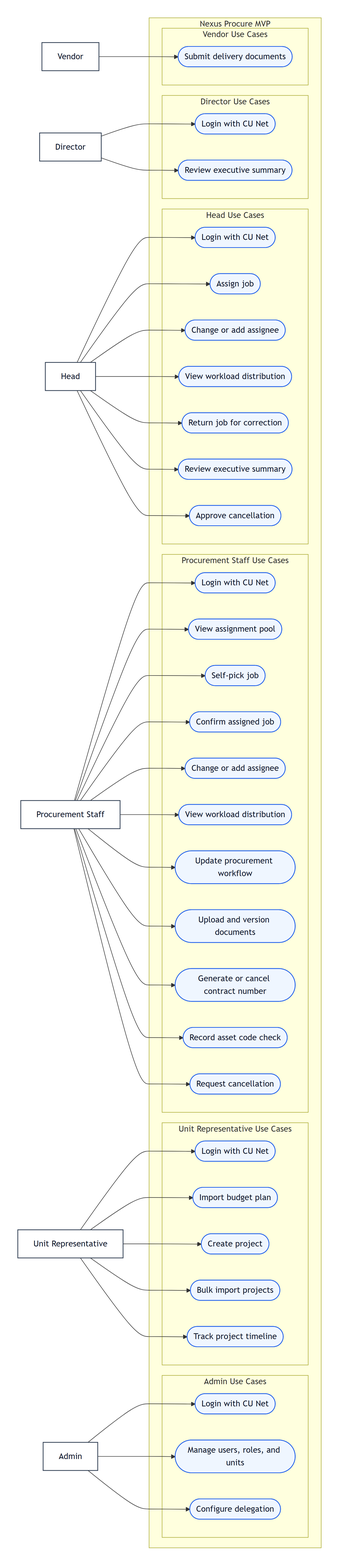
Before: report-diagrams/02-use-case.png, a diagram exported from Mermaid (capmoo-capstone/report). Its source is kept beside it as report-diagrams/02-use-case.mmd. The source it was exported from:
```mermaid
flowchart LR
    classDef actor fill:#ffffff,stroke:#334155,stroke-width:1.5px,color:#0f172a;
    classDef usecase fill:#eff6ff,stroke:#2563eb,stroke-width:1.4px,color:#0f172a;
    classDef group fill:#fffde7,stroke:#d6c94f,stroke-width:1px,color:#0f172a;

    Admin["Admin"]:::actor
    UnitRep["Unit Representative"]:::actor
    Staff["Procurement Staff"]:::actor
    Head["Head"]:::actor
    Director["Director"]:::actor
    Vendor["Vendor"]:::actor

    subgraph System["Nexus Procure MVP"]
        direction TB

        subgraph AdminCases["Admin Use Cases"]
            direction TB
            A1(["Login with CU Net"]):::usecase
            A2(["Manage users, roles, and units"]):::usecase
            A3(["Configure delegation"]):::usecase
        end

        subgraph UnitCases["Unit Representative Use Cases"]
            direction TB
            U1(["Login with CU Net"]):::usecase
            U2(["Import budget plan"]):::usecase
            U3(["Create project"]):::usecase
            U4(["Bulk import projects"]):::usecase
            U5(["Track project timeline"]):::usecase
        end

        subgraph StaffCases["Procurement Staff Use Cases"]
            direction TB
            S1(["Login with CU Net"]):::usecase
            S2(["View assignment pool"]):::usecase
            S3(["Self-pick job"]):::usecase
            S4(["Confirm assigned job"]):::usecase
            S5(["Change or add assignee"]):::usecase
            S6(["View workload distribution"]):::usecase
            S7(["Update procurement workflow"]):::usecase
            S8(["Upload and version documents"]):::usecase
            S9(["Generate or cancel contract number"]):::usecase
            S10(["Record asset code check"]):::usecase
            S11(["Request cancellation"]):::usecase
        end

        subgraph HeadCases["Head Use Cases"]
            direction TB
            H1(["Login with CU Net"]):::usecase
            H2(["Assign job"]):::usecase
            H3(["Change or add assignee"]):::usecase
            H4(["View workload distribution"]):::usecase
            H5(["Return job for correction"]):::usecase
            H6(["Review executive summary"]):::usecase
            H7(["Approve cancellation"]):::usecase
        end

        subgraph DirectorCases["Director Use Cases"]
            direction TB
            D1(["Login with CU Net"]):::usecase
            D2(["Review executive summary"]):::usecase
        end

        subgraph VendorCases["Vendor Use Cases"]
            direction TB
            V1(["Submit delivery documents"]):::usecase
        end
    end

    Admin --> A1
    Admin --> A2
    Admin --> A3

    UnitRep --> U1
    UnitRep --> U2
    UnitRep --> U3
    UnitRep --> U4
    UnitRep --> U5

    Staff --> S1
    Staff --> S2
    Staff --> S3
    Staff --> S4
    Staff --> S5
    Staff --> S6
    Staff --> S7
    Staff --> S8
    Staff --> S9
    Staff --> S10
    Staff --> S11

    Head --> H1
    Head --> H2
    Head --> H3
    Head --> H4
    Head --> H5
    Head --> H6
    Head --> H7

    Director --> D1
    Director --> D2

    Vendor --> V1
```
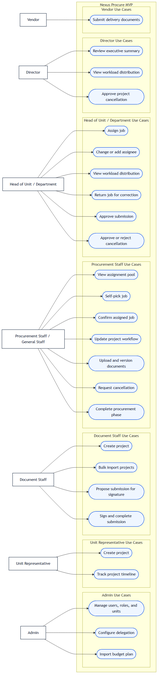
The same diagram one commit later.

Change to the diagram source:
```diff
@@ -5,8 +5,9 @@
 
     Admin["Admin"]:::actor
     UnitRep["Unit Representative"]:::actor
-    Staff["Procurement Staff"]:::actor
-    Head["Head"]:::actor
+    Staff["Procurement Staff / General Staff"]:::actor
+    DocStaff["Document Staff"]:::actor
+    Head["Head of Unit / Department"]:::actor
     Director["Director"]:::actor
     Vendor["Vendor"]:::actor
 
@@ -15,50 +16,51 @@
 
         subgraph AdminCases["Admin Use Cases"]
             direction TB
-            A1(["Login with CU Net"]):::usecase
-            A2(["Manage users, roles, and units"]):::usecase
-            A3(["Configure delegation"]):::usecase
+            A1(["Manage users, roles, and units"]):::usecase
+            A2(["Configure delegation"]):::usecase
+            A3(["Import budget plan"]):::usecase
         end
 
         subgraph UnitCases["Unit Representative Use Cases"]
             direction TB
-            U1(["Login with CU Net"]):::usecase
-            U2(["Import budget plan"]):::usecase
-            U3(["Create project"]):::usecase
-            U4(["Bulk import projects"]):::usecase
-            U5(["Track project timeline"]):::usecase
+            U1(["Create project"]):::usecase
+            U2(["Track project timeline"]):::usecase
+        end
+
+        subgraph DocStaffCases["Document Staff Use Cases"]
+            direction TB
+            DS1(["Create project"]):::usecase
+            DS2(["Bulk import projects"]):::usecase
+            DS3(["Propose submission for signature"]):::usecase
+            DS4(["Sign and complete submission"]):::usecase
         end
 
         subgraph StaffCases["Procurement Staff Use Cases"]
             direction TB
-            S1(["Login with CU Net"]):::usecase
-            S2(["View assignment pool"]):::usecase
-            S3(["Self-pick job"]):::usecase
-            S4(["Confirm assigned job"]):::usecase
-            S5(["Change or add assignee"]):::usecase
-            S6(["View workload distribution"]):::usecase
-            S7(["Update procurement workflow"]):::usecase
-            S8(["Upload and version documents"]):::usecase
-            S9(["Generate or cancel contract number"]):::usecase
-            S10(["Record asset code check"]):::usecase
-            S11(["Request cancellation"]):::usecase
+            S1(["View assignment pool"]):::usecase
+            S2(["Self-pick job"]):::usecase
+            S3(["Confirm assigned job"]):::usecase
+            S4(["Update project workflow"]):::usecase
+            S5(["Upload and version documents"]):::usecase
+            S6(["Request cancellation"]):::usecase
+            S7(["Complete procurement phase"]):::usecase
         end
 
-        subgraph HeadCases["Head Use Cases"]
+        subgraph HeadCases["Head of Unit / Department Use Cases"]
             direction TB
-            H1(["Login with CU Net"]):::usecase
-            H2(["Assign job"]):::usecase
-            H3(["Change or add assignee"]):::usecase
-            H4(["View workload distribution"]):::usecase
-            H5(["Return job for correction"]):::usecase
-            H6(["Review executive summary"]):::usecase
-            H7(["Approve cancellation"]):::usecase
+            H1(["Assign job"]):::usecase
+            H2(["Change or add assignee"]):::usecase
+            H3(["View workload distribution"]):::usecase
+            H4(["Return job for correction"]):::usecase
+            H5(["Approve submission"]):::usecase
+            H6(["Approve or reject cancellation"]):::usecase
         end
 
         subgraph DirectorCases["Director Use Cases"]
             direction TB
-            D1(["Login with CU Net"]):::usecase
-            D2(["Review executive summary"]):::usecase
+            D1(["Review executive summary"]):::usecase
+            D2(["View workload distribution"]):::usecase
+            D3(["Approve project cancellation"]):::usecase
         end
 
         subgraph VendorCases["Vendor Use Cases"]
@@ -73,9 +75,11 @@
 
     UnitRep --> U1
     UnitRep --> U2
-    UnitRep --> U3
-    UnitRep --> U4
-    UnitRep --> U5
+
+    DocStaff --> DS1
+    DocStaff --> DS2
+    DocStaff --> DS3
+    DocStaff --> DS4
 
     Staff --> S1
     Staff --> S2
@@ -84,10 +88,6 @@
     Staff --> S5
     Staff --> S6
     Staff --> S7
-    Staff --> S8
-    Staff --> S9
-    Staff --> S10
-    Staff --> S11
 
     Head --> H1
     Head --> H2
@@ -95,9 +95,9 @@
     Head --> H4
     Head --> H5
     Head --> H6
-    Head --> H7
 
     Director --> D1
     Director --> D2
+    Director --> D3
 
     Vendor --> V1
```
